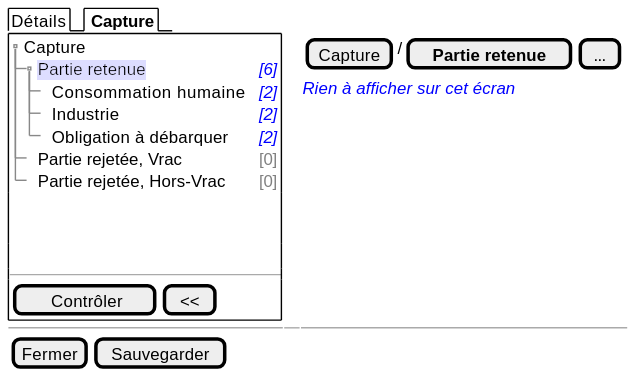
The PlantUML diagram projects/obsmer/spe/images/batch/batch-tree-PR.svg in sumaris-net/sumaris-doc, before a commit.
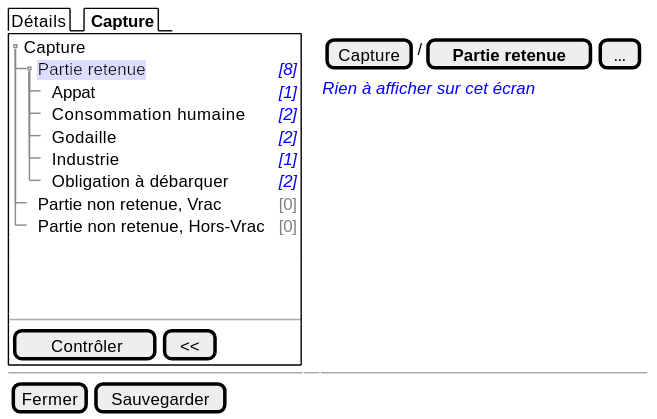
After the commit.

The edit, as a diff of the source:
```diff
@@ -4,12 +4,14 @@
   {+
    {T
        + Capture    | .
-       ++ <back:#DDF>Partie retenue       | <i><color:blue>[6]
+       ++ <back:#DDF>Partie retenue       | <i><color:blue>[8]
+       +++ Appat | <i><color:blue>[1]
        +++ Consommation humaine | <i><color:blue>[2]
-       +++ Industrie | <i><color:blue>[2]
+       +++ Godaille | <i><color:blue>[2]
+       +++ Industrie | <i><color:blue>[1]
        +++ Obligation à débarquer| <i><color:blue>[2]
-       ++ Partie rejetée, Vrac | <color:gray>[0]
-       ++ Partie rejetée, Hors-Vrac | <color:gray>[0]
+       ++ Partie non retenue, Vrac | <color:gray>[0]
+       ++ Partie non retenue, Hors-Vrac | <color:gray>[0]
    }
     .
     .
```
